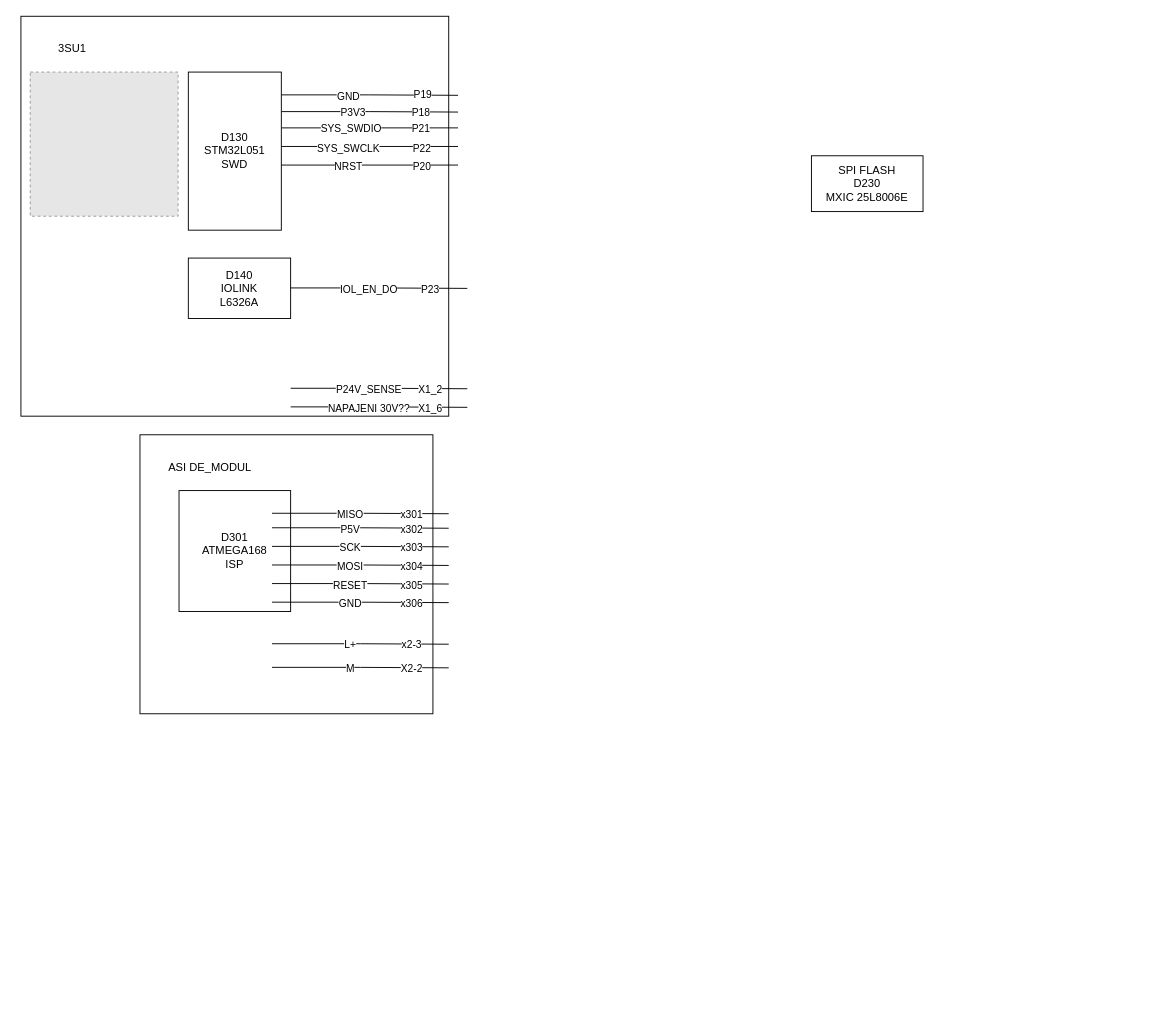
Above: Untitled Diagram.drawio in FilipPaul/drawIOFiles (draw.io), before the change. Source tidied: cells renumbered, new cells numbered last; positions are measured from the earlier drawing's top-left corner, leaving out a move shared by most shapes. Both pictures are drawn from the tidied source at 93%, with x=0, y=0 at pixel (20, 16). Pictures stored in the file or linked from it are replaced by grey dashed boxes.
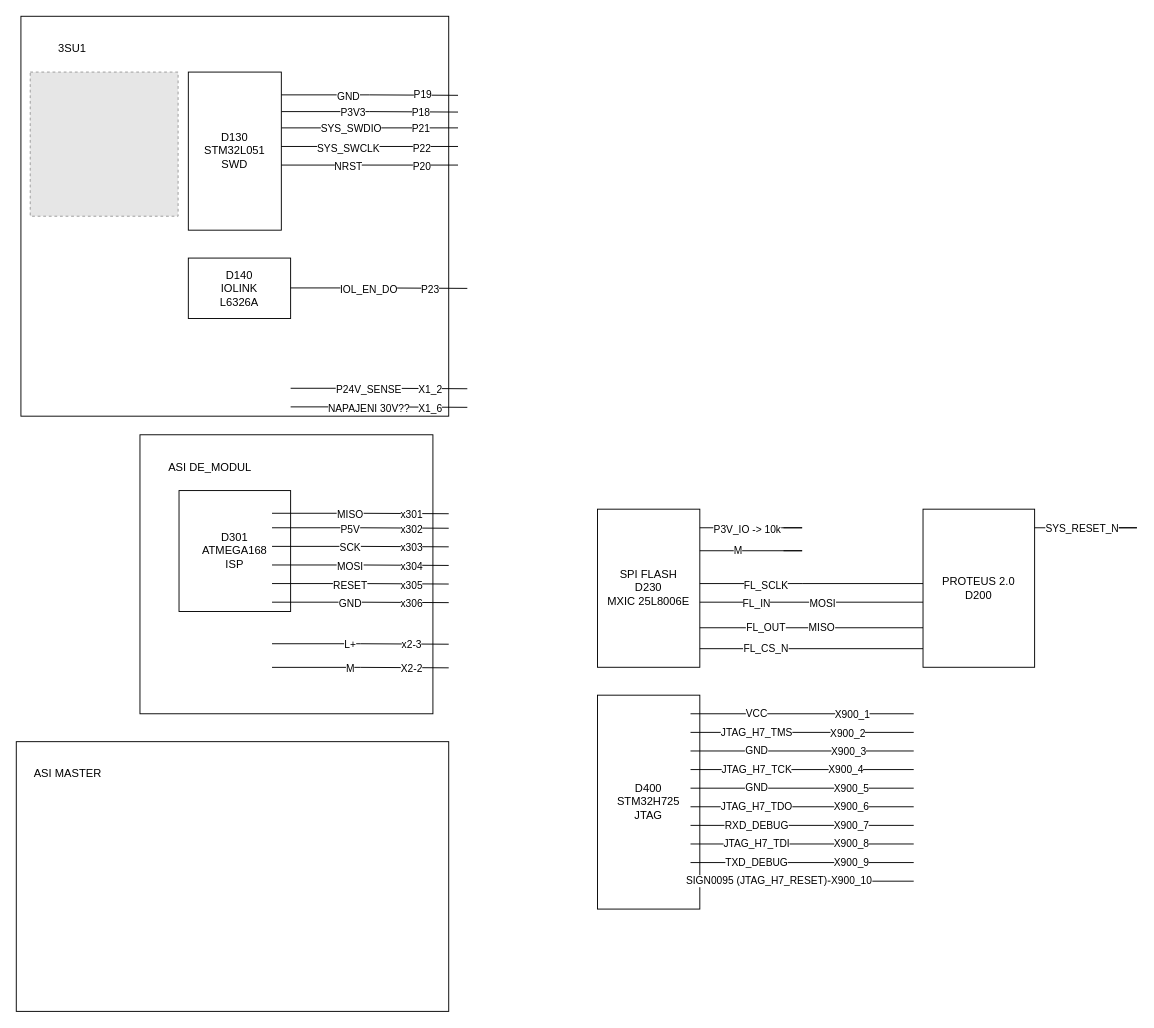
Above is the later version.

Change to the diagram source:
```diff
@@
     <mxCell id="4" value="SPI FLASH&lt;br&gt;D230&lt;br&gt;MXIC 25L8006E" style="rounded=0;whiteSpace=wrap;html=1;" parent="1" vertex="1">
-      <mxGeometry x="850" y="150" width="120" height="60" as="geometry" />
+      <mxGeometry x="620" y="530" width="110" height="170" as="geometry" />
     </mxCell>
@@
+    <mxCell id="59" style="rounded=0;whiteSpace=wrap;html=1;" parent="1" vertex="1">
+      <mxGeometry x="-5" y="780" width="465" height="290" as="geometry" />
+    </mxCell>
+    <mxCell id="60" value="ASI MASTER" style="text;html=1;align=center;verticalAlign=middle;strokeColor=none;fillColor=none;" parent="1" vertex="1">
+      <mxGeometry y="800" width="100" height="30" as="geometry" />
+    </mxCell>
+    <mxCell id="61" style="edgeStyle=orthogonalEdgeStyle;rounded=0;jettySize=auto;html=1;exitX=0;exitY=0.75;exitDx=0;exitDy=0;entryX=1;entryY=0.75;entryDx=0;entryDy=0;endArrow=none;endFill=0;" parent="1" edge="1" source="64" target="4">
+      <mxGeometry relative="1" as="geometry" />
+    </mxCell>
+    <mxCell id="62" value="FL_OUT" style="edgeLabel;html=1;align=center;verticalAlign=middle;" parent="61" vertex="1">
+      <mxGeometry x="0.19" y="-1" relative="1" as="geometry">
+        <mxPoint x="-27" as="offset" />
+      </mxGeometry>
+    </mxCell>
+    <mxCell id="63" value="MISO" style="edgeLabel;html=1;align=center;verticalAlign=middle;" parent="61" vertex="1">
+      <mxGeometry x="-0.45" relative="1" as="geometry">
+        <mxPoint x="-44" as="offset" />
+      </mxGeometry>
+    </mxCell>
+    <mxCell id="64" value="PROTEUS 2.0&lt;br&gt;D200" style="rounded=0;whiteSpace=wrap;html=1;" parent="1" vertex="1">
+      <mxGeometry x="970" y="530" width="120" height="170" as="geometry" />
+    </mxCell>
+    <mxCell id="65" style="edgeStyle=orthogonalEdgeStyle;rounded=0;orthogonalLoop=1;jettySize=auto;html=1;exitX=0;exitY=0.75;exitDx=0;exitDy=0;entryX=1;entryY=0.75;entryDx=0;entryDy=0;endArrow=none;endFill=0;" parent="1" edge="1">
+      <mxGeometry relative="1" as="geometry">
+        <mxPoint x="970" y="680" as="sourcePoint" />
+        <mxPoint x="730" y="680" as="targetPoint" />
+      </mxGeometry>
+    </mxCell>
+    <mxCell id="66" value="FL_CS_N" style="edgeLabel;html=1;align=center;verticalAlign=middle;" parent="65" vertex="1">
+      <mxGeometry x="0.19" y="-1" relative="1" as="geometry">
+        <mxPoint x="-27" as="offset" />
+      </mxGeometry>
+    </mxCell>
+    <mxCell id="67" style="edgeStyle=orthogonalEdgeStyle;rounded=0;orthogonalLoop=1;jettySize=auto;html=1;exitX=0;exitY=0.5;exitDx=0;exitDy=0;endArrow=none;endFill=0;" parent="1" edge="1">
+      <mxGeometry relative="1" as="geometry">
+        <mxPoint x="970" y="630" as="sourcePoint" />
+        <mxPoint x="730" y="630" as="targetPoint" />
+      </mxGeometry>
+    </mxCell>
+    <mxCell id="68" value="FL_IN" style="edgeLabel;html=1;align=center;verticalAlign=middle;" parent="67" vertex="1">
+      <mxGeometry x="0.19" y="1" relative="1" as="geometry">
+        <mxPoint x="-37" as="offset" />
+      </mxGeometry>
+    </mxCell>
+    <mxCell id="69" value="MOSI" style="edgeLabel;html=1;align=center;verticalAlign=middle;" parent="67" vertex="1">
+      <mxGeometry x="-0.14" y="1" relative="1" as="geometry">
+        <mxPoint x="-6" as="offset" />
+      </mxGeometry>
+    </mxCell>
+    <mxCell id="70" style="edgeStyle=orthogonalEdgeStyle;rounded=0;orthogonalLoop=1;jettySize=auto;html=1;exitX=0;exitY=0.25;exitDx=0;exitDy=0;entryX=1;entryY=0.25;entryDx=0;entryDy=0;endArrow=none;endFill=0;" parent="1" edge="1">
+      <mxGeometry relative="1" as="geometry">
+        <mxPoint x="970" y="610" as="sourcePoint" />
+        <mxPoint x="730" y="610" as="targetPoint" />
+        <Array as="points">
+          <mxPoint x="840" y="610" />
+          <mxPoint x="840" y="610" />
+        </Array>
+      </mxGeometry>
+    </mxCell>
+    <mxCell id="71" value="FL_SCLK" style="edgeLabel;html=1;align=center;verticalAlign=middle;" parent="70" vertex="1">
+      <mxGeometry x="0.1" y="1" relative="1" as="geometry">
+        <mxPoint x="-38" as="offset" />
+      </mxGeometry>
+    </mxCell>
+    <mxCell id="72" style="edgeStyle=orthogonalEdgeStyle;rounded=0;orthogonalLoop=1;jettySize=auto;html=1;entryX=1;entryY=0.25;entryDx=0;entryDy=0;endArrow=none;endFill=0;" parent="1" edge="1">
+      <mxGeometry relative="1" as="geometry">
+        <mxPoint x="820" y="550" as="sourcePoint" />
+        <mxPoint x="730" y="550" as="targetPoint" />
+        <Array as="points">
+          <mxPoint x="840" y="550" />
+          <mxPoint x="840" y="550" />
+        </Array>
+      </mxGeometry>
+    </mxCell>
+    <mxCell id="73" value="P3V_IO -&amp;gt; 10k" style="edgeLabel;html=1;align=center;verticalAlign=middle;" parent="72" vertex="1">
+      <mxGeometry x="0.1" y="1" relative="1" as="geometry">
+        <mxPoint x="-8" as="offset" />
+      </mxGeometry>
+    </mxCell>
+    <mxCell id="74" style="edgeStyle=orthogonalEdgeStyle;rounded=0;orthogonalLoop=1;jettySize=auto;html=1;entryX=1;entryY=0.25;entryDx=0;entryDy=0;endArrow=none;endFill=0;" parent="1" edge="1">
+      <mxGeometry relative="1" as="geometry">
+        <mxPoint x="820" y="574.7" as="sourcePoint" />
+        <mxPoint x="730" y="574.7" as="targetPoint" />
+        <Array as="points">
+          <mxPoint x="840" y="574.7" />
+          <mxPoint x="840" y="574.7" />
+        </Array>
+      </mxGeometry>
+    </mxCell>
+    <mxCell id="75" value="M" style="edgeLabel;html=1;align=center;verticalAlign=middle;" parent="74" vertex="1">
+      <mxGeometry x="0.1" y="1" relative="1" as="geometry">
+        <mxPoint x="-18" y="-1" as="offset" />
+      </mxGeometry>
+    </mxCell>
+    <mxCell id="76" style="edgeStyle=orthogonalEdgeStyle;rounded=0;orthogonalLoop=1;jettySize=auto;html=1;entryX=1;entryY=0.25;entryDx=0;entryDy=0;endArrow=none;endFill=0;" parent="1" edge="1">
+      <mxGeometry relative="1" as="geometry">
+        <mxPoint x="1180" y="550" as="sourcePoint" />
+        <mxPoint x="1090" y="550" as="targetPoint" />
+        <Array as="points">
+          <mxPoint x="1200" y="550" />
+          <mxPoint x="1200" y="550" />
+        </Array>
+      </mxGeometry>
+    </mxCell>
+    <mxCell id="77" value="SYS_RESET_N" style="edgeLabel;html=1;align=center;verticalAlign=middle;" parent="76" vertex="1">
+      <mxGeometry x="0.1" y="1" relative="1" as="geometry">
+        <mxPoint x="-8" y="-1" as="offset" />
+      </mxGeometry>
+    </mxCell>
+    <mxCell id="78" value="D400&lt;br&gt;STM32H725&lt;br&gt;JTAG" style="rounded=0;whiteSpace=wrap;html=1;" parent="1" vertex="1">
+      <mxGeometry x="620" y="730" width="110" height="230" as="geometry" />
+    </mxCell>
+    <mxCell id="79" style="edgeStyle=orthogonalEdgeStyle;rounded=0;orthogonalLoop=1;jettySize=auto;html=1;exitX=0;exitY=0.75;exitDx=0;exitDy=0;entryX=1;entryY=0.75;entryDx=0;entryDy=0;endArrow=none;endFill=0;" parent="1" edge="1">
+      <mxGeometry relative="1" as="geometry">
+        <mxPoint x="960" y="750" as="sourcePoint" />
+        <mxPoint x="720" y="750" as="targetPoint" />
+      </mxGeometry>
+    </mxCell>
+    <mxCell id="80" value="VCC" style="edgeLabel;html=1;align=center;verticalAlign=middle;" parent="79" vertex="1">
+      <mxGeometry x="0.19" y="-1" relative="1" as="geometry">
+        <mxPoint x="-27" as="offset" />
+      </mxGeometry>
+    </mxCell>
+    <mxCell id="81" value="X900_1" style="edgeLabel;html=1;align=center;verticalAlign=middle;" parent="79" vertex="1">
+      <mxGeometry x="-0.44" relative="1" as="geometry" />
+    </mxCell>
+    <mxCell id="82" style="edgeStyle=orthogonalEdgeStyle;rounded=0;orthogonalLoop=1;jettySize=auto;html=1;exitX=0;exitY=0.75;exitDx=0;exitDy=0;entryX=1;entryY=0.75;entryDx=0;entryDy=0;endArrow=none;endFill=0;" parent="1" edge="1">
+      <mxGeometry relative="1" as="geometry">
+        <mxPoint x="960" y="770" as="sourcePoint" />
+        <mxPoint x="720" y="770" as="targetPoint" />
+      </mxGeometry>
+    </mxCell>
+    <mxCell id="83" value="JTAG_H7_TMS" style="edgeLabel;html=1;align=center;verticalAlign=middle;" parent="82" vertex="1">
+      <mxGeometry x="0.19" y="-1" relative="1" as="geometry">
+        <mxPoint x="-27" as="offset" />
+      </mxGeometry>
+    </mxCell>
+    <mxCell id="84" value="X900_2" style="edgeLabel;html=1;align=center;verticalAlign=middle;" parent="82" vertex="1">
+      <mxGeometry x="-0.4" relative="1" as="geometry" />
+    </mxCell>
+    <mxCell id="85" style="edgeStyle=orthogonalEdgeStyle;rounded=0;orthogonalLoop=1;jettySize=auto;html=1;exitX=0;exitY=0.75;exitDx=0;exitDy=0;entryX=1;entryY=0.75;entryDx=0;entryDy=0;endArrow=none;endFill=0;" parent="1" edge="1">
+      <mxGeometry relative="1" as="geometry">
+        <mxPoint x="960" y="790" as="sourcePoint" />
+        <mxPoint x="720" y="790" as="targetPoint" />
+      </mxGeometry>
+    </mxCell>
+    <mxCell id="86" value="GND" style="edgeLabel;html=1;align=center;verticalAlign=middle;" parent="85" vertex="1">
+      <mxGeometry x="0.19" y="-1" relative="1" as="geometry">
+        <mxPoint x="-27" as="offset" />
+      </mxGeometry>
+    </mxCell>
+    <mxCell id="87" value="X900_3" style="edgeLabel;html=1;align=center;verticalAlign=middle;" parent="85" vertex="1">
+      <mxGeometry x="-0.41" relative="1" as="geometry" />
+    </mxCell>
+    <mxCell id="88" style="edgeStyle=orthogonalEdgeStyle;rounded=0;orthogonalLoop=1;jettySize=auto;html=1;exitX=0;exitY=0.75;exitDx=0;exitDy=0;entryX=1;entryY=0.75;entryDx=0;entryDy=0;endArrow=none;endFill=0;" parent="1" edge="1">
+      <mxGeometry relative="1" as="geometry">
+        <mxPoint x="960" y="810" as="sourcePoint" />
+        <mxPoint x="720" y="810" as="targetPoint" />
+      </mxGeometry>
+    </mxCell>
+    <mxCell id="89" value="JTAG_H7_TCK" style="edgeLabel;html=1;align=center;verticalAlign=middle;" parent="88" vertex="1">
+      <mxGeometry x="0.19" y="-1" relative="1" as="geometry">
+        <mxPoint x="-27" as="offset" />
+      </mxGeometry>
+    </mxCell>
+    <mxCell id="90" value="X900_4" style="edgeLabel;html=1;align=center;verticalAlign=middle;" parent="88" vertex="1">
+      <mxGeometry x="-0.38" y="-1" relative="1" as="geometry" />
+    </mxCell>
+    <mxCell id="91" style="edgeStyle=orthogonalEdgeStyle;rounded=0;orthogonalLoop=1;jettySize=auto;html=1;exitX=0;exitY=0.75;exitDx=0;exitDy=0;entryX=1;entryY=0.75;entryDx=0;entryDy=0;endArrow=none;endFill=0;" parent="1" edge="1">
+      <mxGeometry relative="1" as="geometry">
+        <mxPoint x="960" y="850" as="sourcePoint" />
+        <mxPoint x="720" y="850" as="targetPoint" />
+      </mxGeometry>
+    </mxCell>
+    <mxCell id="92" value="JTAG_H7_TDO" style="edgeLabel;html=1;align=center;verticalAlign=middle;" parent="91" vertex="1">
+      <mxGeometry x="0.19" y="-1" relative="1" as="geometry">
+        <mxPoint x="-27" as="offset" />
+      </mxGeometry>
+    </mxCell>
+    <mxCell id="93" value="X900_6" style="edgeLabel;html=1;align=center;verticalAlign=middle;" parent="91" vertex="1">
+      <mxGeometry x="-0.43" y="-1" relative="1" as="geometry" />
+    </mxCell>
+    <mxCell id="94" style="edgeStyle=orthogonalEdgeStyle;rounded=0;orthogonalLoop=1;jettySize=auto;html=1;exitX=0;exitY=0.75;exitDx=0;exitDy=0;entryX=1;entryY=0.75;entryDx=0;entryDy=0;endArrow=none;endFill=0;" parent="1" edge="1">
+      <mxGeometry relative="1" as="geometry">
+        <mxPoint x="960" y="830" as="sourcePoint" />
+        <mxPoint x="720" y="830" as="targetPoint" />
+      </mxGeometry>
+    </mxCell>
+    <mxCell id="95" value="GND" style="edgeLabel;html=1;align=center;verticalAlign=middle;" parent="94" vertex="1">
+      <mxGeometry x="0.19" y="-1" relative="1" as="geometry">
+        <mxPoint x="-27" as="offset" />
+      </mxGeometry>
+    </mxCell>
+    <mxCell id="96" value="X900_5" style="edgeLabel;html=1;align=center;verticalAlign=middle;" parent="94" vertex="1">
+      <mxGeometry x="-0.43" relative="1" as="geometry" />
+    </mxCell>
+    <mxCell id="97" style="edgeStyle=orthogonalEdgeStyle;rounded=0;orthogonalLoop=1;jettySize=auto;html=1;exitX=0;exitY=0.75;exitDx=0;exitDy=0;entryX=1;entryY=0.75;entryDx=0;entryDy=0;endArrow=none;endFill=0;" parent="1" edge="1">
+      <mxGeometry relative="1" as="geometry">
+        <mxPoint x="960" y="870" as="sourcePoint" />
+        <mxPoint x="720" y="870" as="targetPoint" />
+        <Array as="points">
+          <mxPoint x="910" y="870" />
+          <mxPoint x="910" y="870" />
+        </Array>
+      </mxGeometry>
+    </mxCell>
+    <mxCell id="98" value="RXD_DEBUG" style="edgeLabel;html=1;align=center;verticalAlign=middle;" parent="97" vertex="1">
+      <mxGeometry x="0.19" y="-1" relative="1" as="geometry">
+        <mxPoint x="-27" as="offset" />
+      </mxGeometry>
+    </mxCell>
+    <mxCell id="99" value="X900_7" style="edgeLabel;html=1;align=center;verticalAlign=middle;" parent="97" vertex="1">
+      <mxGeometry x="-0.43" y="-1" relative="1" as="geometry" />
+    </mxCell>
+    <mxCell id="100" style="edgeStyle=orthogonalEdgeStyle;rounded=0;orthogonalLoop=1;jettySize=auto;html=1;exitX=0;exitY=0.75;exitDx=0;exitDy=0;entryX=1;entryY=0.75;entryDx=0;entryDy=0;endArrow=none;endFill=0;" parent="1" edge="1">
+      <mxGeometry relative="1" as="geometry">
+        <mxPoint x="960" y="890" as="sourcePoint" />
+        <mxPoint x="720" y="890" as="targetPoint" />
+      </mxGeometry>
+    </mxCell>
+    <mxCell id="101" value="JTAG_H7_TDI" style="edgeLabel;html=1;align=center;verticalAlign=middle;" parent="100" vertex="1">
+      <mxGeometry x="0.19" y="-1" relative="1" as="geometry">
+        <mxPoint x="-27" as="offset" />
+      </mxGeometry>
+    </mxCell>
+    <mxCell id="102" value="X900_8" style="edgeLabel;html=1;align=center;verticalAlign=middle;" parent="100" vertex="1">
+      <mxGeometry x="-0.43" y="-1" relative="1" as="geometry" />
+    </mxCell>
+    <mxCell id="103" style="edgeStyle=orthogonalEdgeStyle;rounded=0;orthogonalLoop=1;jettySize=auto;html=1;exitX=0;exitY=0.75;exitDx=0;exitDy=0;entryX=1;entryY=0.75;entryDx=0;entryDy=0;endArrow=none;endFill=0;" parent="1" edge="1">
+      <mxGeometry relative="1" as="geometry">
+        <mxPoint x="960" y="910" as="sourcePoint" />
+        <mxPoint x="720" y="910" as="targetPoint" />
+      </mxGeometry>
+    </mxCell>
+    <mxCell id="104" value="TXD_DEBUG" style="edgeLabel;html=1;align=center;verticalAlign=middle;" parent="103" vertex="1">
+      <mxGeometry x="0.19" y="-1" relative="1" as="geometry">
+        <mxPoint x="-27" as="offset" />
+      </mxGeometry>
+    </mxCell>
+    <mxCell id="105" value="X900_9" style="edgeLabel;html=1;align=center;verticalAlign=middle;" parent="103" vertex="1">
+      <mxGeometry x="-0.43" y="-1" relative="1" as="geometry" />
+    </mxCell>
+    <mxCell id="106" style="edgeStyle=orthogonalEdgeStyle;rounded=0;orthogonalLoop=1;jettySize=auto;html=1;exitX=0;exitY=0.75;exitDx=0;exitDy=0;entryX=1;entryY=0.75;entryDx=0;entryDy=0;endArrow=none;endFill=0;" parent="1" edge="1">
+      <mxGeometry relative="1" as="geometry">
+        <mxPoint x="960" y="930" as="sourcePoint" />
+        <mxPoint x="720" y="930" as="targetPoint" />
+      </mxGeometry>
+    </mxCell>
+    <mxCell id="107" value="SIGN0095 (JTAG_H7_RESET)" style="edgeLabel;html=1;align=center;verticalAlign=middle;" parent="106" vertex="1">
+      <mxGeometry x="0.19" y="-1" relative="1" as="geometry">
+        <mxPoint x="-27" as="offset" />
+      </mxGeometry>
+    </mxCell>
+    <mxCell id="108" value="X900_10" style="edgeLabel;html=1;align=center;verticalAlign=middle;" parent="106" vertex="1">
+      <mxGeometry x="-0.43" y="-1" relative="1" as="geometry" />
+    </mxCell>
```
